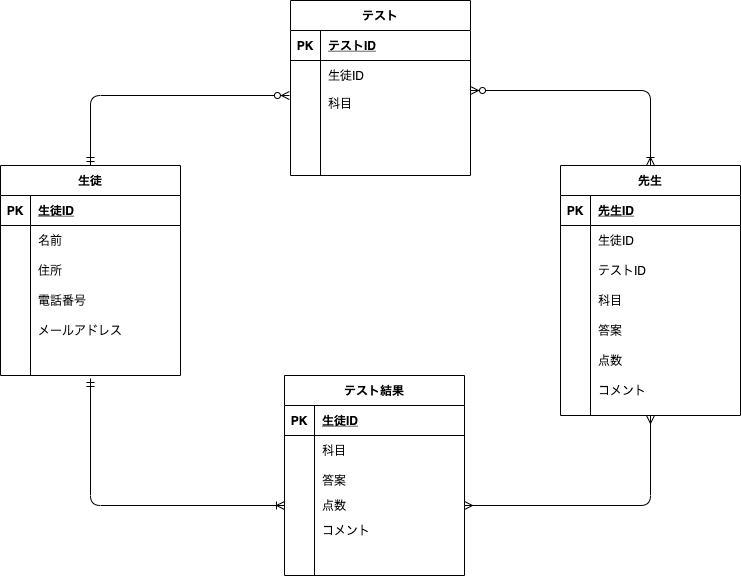
Earlier version of the draw.io export ERtest.drawio.png (Ufaa/DB20210802goto). Source tidied: cells renumbered, new cells last; positions are measured from the earlier drawing's top-left corner, leaving out a move shared by most shapes.
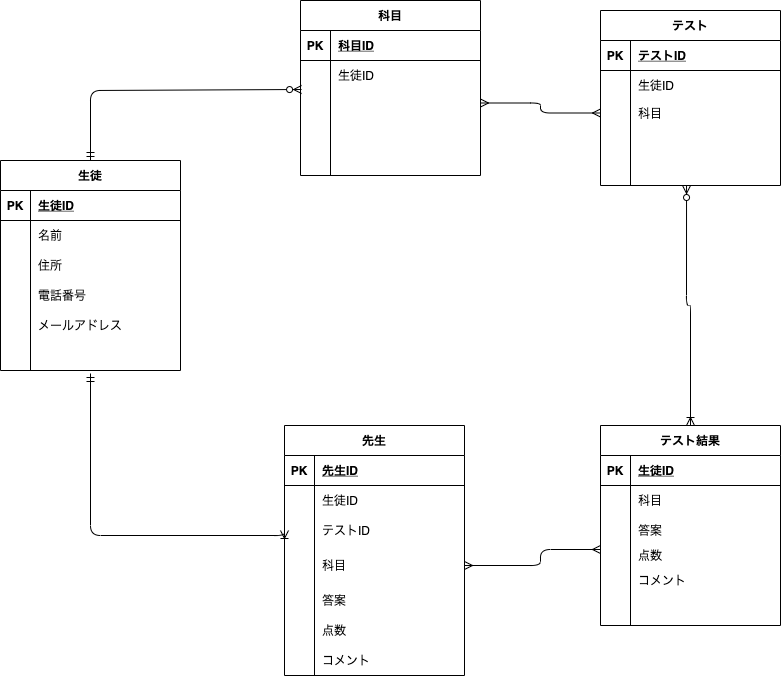
The same diagram one commit later.

Change to the diagram source:
```diff
@@ -3,7 +3,7 @@
     <mxCell id="0" />
     <mxCell id="1" parent="0" />
     <mxCell id="2" value="先生" style="shape=table;startSize=30;rowLines=0;fontStyle=1;align=center;" parent="1" vertex="1">
-      <mxGeometry x="560" y="165" width="180" height="250" as="geometry" />
+      <mxGeometry x="284" y="430" width="180" height="250" as="geometry" />
     </mxCell>
     <mxCell id="3" style="shape=partialRectangle;fillColor=none;top=0;left=0;bottom=1;right=0;" parent="2" vertex="1">
       <mxGeometry y="30" width="180" height="30" as="geometry" />
@@ -33,16 +33,16 @@
       <mxGeometry x="30" width="150" height="30" as="geometry" />
     </mxCell>
     <mxCell id="12" style="shape=partialRectangle;fillColor=none;top=0;left=0;bottom=0;right=0;points=[[0,0.5],[1,0.5]];portConstraint=eastwest;" parent="2" vertex="1">
-      <mxGeometry y="120" width="180" height="30" as="geometry" />
+      <mxGeometry y="120" width="180" height="40" as="geometry" />
     </mxCell>
     <mxCell id="13" style="shape=partialRectangle;fillColor=none;top=0;left=0;bottom=0;right=0;overflow=hidden;" parent="12" vertex="1">
-      <mxGeometry width="30" height="30" as="geometry" />
+      <mxGeometry width="30" height="40" as="geometry" />
     </mxCell>
     <mxCell id="14" value="科目" style="shape=partialRectangle;fillColor=none;top=0;left=0;bottom=0;right=0;align=left;spacingLeft=6;overflow=hidden;" parent="12" vertex="1">
-      <mxGeometry x="30" width="150" height="30" as="geometry" />
+      <mxGeometry x="30" width="150" height="40" as="geometry" />
     </mxCell>
     <mxCell id="15" style="shape=partialRectangle;fillColor=none;top=0;left=0;bottom=0;right=0;" parent="2" vertex="1">
-      <mxGeometry y="150" width="180" height="30" as="geometry" />
+      <mxGeometry y="160" width="180" height="30" as="geometry" />
     </mxCell>
     <mxCell id="16" style="shape=partialRectangle;fillColor=none;top=0;left=0;bottom=0;right=0;overflow=hidden;" parent="15" vertex="1">
       <mxGeometry width="30" height="30" as="geometry" />
@@ -51,7 +51,7 @@
       <mxGeometry x="30" width="150" height="30" as="geometry" />
     </mxCell>
     <mxCell id="18" style="shape=partialRectangle;fillColor=none;top=0;left=0;bottom=0;right=0;" parent="2" vertex="1">
-      <mxGeometry y="180" width="180" height="30" as="geometry" />
+      <mxGeometry y="190" width="180" height="30" as="geometry" />
     </mxCell>
     <mxCell id="19" style="shape=partialRectangle;fillColor=none;top=0;left=0;bottom=0;right=0;overflow=hidden;" parent="18" vertex="1">
       <mxGeometry width="30" height="30" as="geometry" />
@@ -60,7 +60,7 @@
       <mxGeometry x="30" width="150" height="30" as="geometry" />
     </mxCell>
     <mxCell id="21" style="shape=partialRectangle;fillColor=none;top=0;left=0;bottom=0;right=0;" parent="2" vertex="1">
-      <mxGeometry y="210" width="180" height="30" as="geometry" />
+      <mxGeometry y="220" width="180" height="30" as="geometry" />
     </mxCell>
     <mxCell id="22" style="shape=partialRectangle;fillColor=none;top=0;left=0;bottom=0;right=0;overflow=hidden;" parent="21" vertex="1">
       <mxGeometry width="30" height="30" as="geometry" />
@@ -69,7 +69,7 @@
       <mxGeometry x="30" width="150" height="30" as="geometry" />
     </mxCell>
     <mxCell id="24" value="テスト" style="shape=table;startSize=30;rowLines=0;fontStyle=1;align=center;" parent="1" vertex="1">
-      <mxGeometry x="290" width="180" height="175" as="geometry" />
+      <mxGeometry x="600" y="15" width="180" height="175" as="geometry" />
     </mxCell>
     <mxCell id="25" style="shape=partialRectangle;fillColor=none;top=0;left=0;bottom=1;right=0;" parent="24" vertex="1">
       <mxGeometry y="30" width="180" height="30" as="geometry" />
@@ -174,7 +174,7 @@
       <mxGeometry x="30" width="150" height="30" as="geometry" />
     </mxCell>
     <mxCell id="59" value="テスト結果" style="shape=table;startSize=30;rowLines=0;fontStyle=1;align=center;" parent="1" vertex="1">
-      <mxGeometry x="284" y="375" width="180" height="200" as="geometry" />
+      <mxGeometry x="600" y="430" width="180" height="200" as="geometry" />
     </mxCell>
     <mxCell id="60" style="shape=partialRectangle;fillColor=none;top=0;left=0;bottom=1;right=0;" parent="59" vertex="1">
       <mxGeometry y="30" width="180" height="30" as="geometry" />
@@ -230,32 +230,81 @@
     <mxCell id="77" style="shape=partialRectangle;fillColor=none;top=0;left=0;bottom=0;right=0;align=left;spacingLeft=6;overflow=hidden;" parent="75" vertex="1">
       <mxGeometry x="30" width="150" height="30" as="geometry" />
     </mxCell>
-    <mxCell id="78" style="fontSize=12;html=1;endArrow=ERzeroToMany;startArrow=ERmandOne;exitX=0.5;exitY=0;exitDx=0;exitDy=0;edgeStyle=orthogonalEdgeStyle;entryX=-0.006;entryY=0.2;entryDx=0;entryDy=0;entryPerimeter=0;" parent="1" edge="1" source="40" target="31">
+    <mxCell id="78" style="fontSize=12;html=1;endArrow=ERzeroToMany;startArrow=ERmandOne;exitX=0.5;exitY=0;exitDx=0;exitDy=0;edgeStyle=orthogonalEdgeStyle;entryX=0.006;entryY=-0.04;entryDx=0;entryDy=0;entryPerimeter=0;" parent="1" edge="1" source="40" target="89">
       <mxGeometry relative="1" as="geometry">
         <Array as="points">
           <mxPoint x="90" y="95" />
         </Array>
       </mxGeometry>
     </mxCell>
-    <mxCell id="79" style="fontSize=12;html=1;endArrow=ERoneToMany;startArrow=ERzeroToMany;entryX=0.5;entryY=0;entryDx=0;entryDy=0;edgeStyle=orthogonalEdgeStyle;" parent="1" edge="1" target="2">
-      <mxGeometry relative="1" as="geometry">
-        <mxPoint x="470" y="90" as="sourcePoint" />
-        <Array as="points">
-          <mxPoint x="650" y="90" />
-        </Array>
-      </mxGeometry>
+    <mxCell id="79" style="fontSize=12;html=1;endArrow=ERoneToMany;startArrow=ERzeroToMany;entryX=0.5;entryY=0;entryDx=0;entryDy=0;edgeStyle=orthogonalEdgeStyle;exitX=0.478;exitY=1;exitDx=0;exitDy=0;exitPerimeter=0;" parent="1" edge="1" source="37" target="59">
+      <mxGeometry relative="1" as="geometry" />
     </mxCell>
-    <mxCell id="80" style="fontSize=12;html=1;endArrow=ERoneToMany;startArrow=ERmandOne;entryX=0;entryY=0.5;entryDx=0;entryDy=0;exitX=0.5;exitY=1.1;exitDx=0;exitDy=0;exitPerimeter=0;edgeStyle=orthogonalEdgeStyle;" parent="1" edge="1" source="56" target="69">
+    <mxCell id="80" style="fontSize=12;html=1;endArrow=ERoneToMany;startArrow=ERmandOne;entryX=0;entryY=0.5;entryDx=0;entryDy=0;exitX=0.5;exitY=1.1;exitDx=0;exitDy=0;exitPerimeter=0;edgeStyle=orthogonalEdgeStyle;" parent="1" edge="1" source="56" target="9">
       <mxGeometry relative="1" as="geometry">
         <Array as="points">
-          <mxPoint x="90" y="505" />
+          <mxPoint x="90" y="540" />
         </Array>
       </mxGeometry>
     </mxCell>
-    <mxCell id="81" style="edgeStyle=orthogonalEdgeStyle;fontSize=12;html=1;endArrow=ERmany;startArrow=ERmany;fontColor=#FFFFFF;entryX=0.5;entryY=1;entryDx=0;entryDy=0;" parent="1" edge="1" target="2">
+    <mxCell id="81" style="edgeStyle=orthogonalEdgeStyle;fontSize=12;html=1;endArrow=ERmany;startArrow=ERmany;fontColor=#FFFFFF;entryX=1;entryY=0.5;entryDx=0;entryDy=0;" parent="1" edge="1" target="12">
       <mxGeometry relative="1" as="geometry">
-        <mxPoint x="464" y="505" as="sourcePoint" />
+        <mxPoint x="600" y="554" as="sourcePoint" />
+        <Array as="points">
+          <mxPoint x="540" y="554" />
+        </Array>
       </mxGeometry>
     </mxCell>
+    <mxCell id="82" value="科目" style="shape=table;startSize=30;rowLines=0;fontStyle=1;align=center;" parent="1" vertex="1">
+      <mxGeometry x="300" y="5" width="180" height="175" as="geometry" />
+    </mxCell>
+    <mxCell id="83" style="shape=partialRectangle;fillColor=none;top=0;left=0;bottom=1;right=0;" parent="82" vertex="1">
+      <mxGeometry y="30" width="180" height="30" as="geometry" />
+    </mxCell>
+    <mxCell id="84" value="PK" style="shape=partialRectangle;fillColor=none;top=0;left=0;bottom=0;right=0;fontStyle=1;overflow=hidden;" parent="83" vertex="1">
+      <mxGeometry width="30" height="30" as="geometry" />
+    </mxCell>
+    <mxCell id="85" value="科目ID" style="shape=partialRectangle;fillColor=none;top=0;left=0;bottom=0;right=0;align=left;spacingLeft=6;fontStyle=5;overflow=hidden;" parent="83" vertex="1">
+      <mxGeometry x="30" width="150" height="30" as="geometry" />
+    </mxCell>
+    <mxCell id="86" style="shape=partialRectangle;fillColor=none;top=0;left=0;bottom=0;right=0;" parent="82" vertex="1">
+      <mxGeometry y="60" width="180" height="30" as="geometry" />
+    </mxCell>
+    <mxCell id="87" style="shape=partialRectangle;fillColor=none;top=0;left=0;bottom=0;right=0;overflow=hidden;" parent="86" vertex="1">
+      <mxGeometry width="30" height="30" as="geometry" />
+    </mxCell>
+    <mxCell id="88" value="生徒ID" style="shape=partialRectangle;fillColor=none;top=0;left=0;bottom=0;right=0;align=left;spacingLeft=6;overflow=hidden;" parent="86" vertex="1">
+      <mxGeometry x="30" width="150" height="30" as="geometry" />
+    </mxCell>
+    <mxCell id="89" style="shape=partialRectangle;fillColor=none;top=0;left=0;bottom=0;right=0;points=[[0,0.5],[1,0.5]];portConstraint=eastwest;" parent="82" vertex="1">
+      <mxGeometry y="90" width="180" height="25" as="geometry" />
+    </mxCell>
+    <mxCell id="90" style="shape=partialRectangle;fillColor=none;top=0;left=0;bottom=0;right=0;overflow=hidden;" parent="89" vertex="1">
+      <mxGeometry width="30" height="25" as="geometry" />
+    </mxCell>
+    <mxCell id="91" style="shape=partialRectangle;fillColor=none;top=0;left=0;bottom=0;right=0;align=left;spacingLeft=6;overflow=hidden;" parent="89" vertex="1">
+      <mxGeometry x="30" width="150" height="25" as="geometry" />
+    </mxCell>
+    <mxCell id="92" style="shape=partialRectangle;fillColor=none;top=0;left=0;bottom=0;right=0;" parent="82" vertex="1">
+      <mxGeometry y="115" width="180" height="30" as="geometry" />
+    </mxCell>
+    <mxCell id="93" style="shape=partialRectangle;fillColor=none;top=0;left=0;bottom=0;right=0;overflow=hidden;" parent="92" vertex="1">
+      <mxGeometry width="30" height="30" as="geometry" />
+    </mxCell>
+    <mxCell id="94" style="shape=partialRectangle;fillColor=none;top=0;left=0;bottom=0;right=0;align=left;spacingLeft=6;overflow=hidden;" parent="92" vertex="1">
+      <mxGeometry x="30" width="150" height="30" as="geometry" />
+    </mxCell>
+    <mxCell id="95" style="shape=partialRectangle;fillColor=none;top=0;left=0;bottom=0;right=0;" parent="82" vertex="1">
+      <mxGeometry y="145" width="180" height="30" as="geometry" />
+    </mxCell>
+    <mxCell id="96" style="shape=partialRectangle;fillColor=none;top=0;left=0;bottom=0;right=0;overflow=hidden;" parent="95" vertex="1">
+      <mxGeometry width="30" height="30" as="geometry" />
+    </mxCell>
+    <mxCell id="97" style="shape=partialRectangle;fillColor=none;top=0;left=0;bottom=0;right=0;align=left;spacingLeft=6;overflow=hidden;" parent="95" vertex="1">
+      <mxGeometry x="30" width="150" height="30" as="geometry" />
+    </mxCell>
+    <mxCell id="98" style="fontSize=12;html=1;endArrow=ERmany;startArrow=ERmany;fontColor=#FFFFFF;exitX=0;exitY=0.5;exitDx=0;exitDy=0;edgeStyle=orthogonalEdgeStyle;entryX=1;entryY=0.5;entryDx=0;entryDy=0;" parent="1" edge="1" source="31" target="89">
+      <mxGeometry relative="1" as="geometry" />
+    </mxCell>
   </root>
 </mxGraphModel>
```
